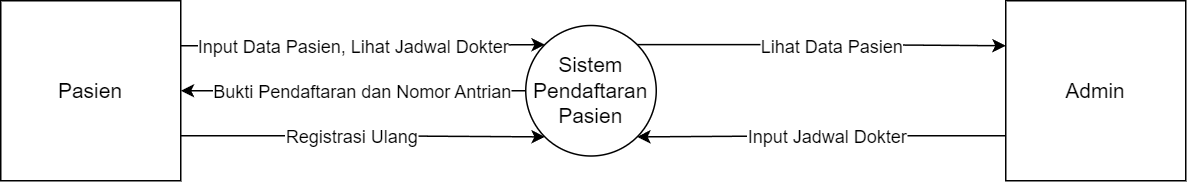
Above: Flowchart KlinikGo-DFD.drawio.png in riotryulianto/PBI-system-analyst (draw.io), before the change. Source tidied: cells renumbered, new cells last; positions are measured from the earlier drawing's top-left corner, leaving out a move shared by most shapes. Source of this version:
```xml
<mxGraphModel>
  <root>
    <mxCell id="0" />
    <mxCell id="1" parent="0" />
    <mxCell id="2" style="edgeStyle=orthogonalEdgeStyle;rounded=0;jettySize=auto;html=1;exitX=0;exitY=0.5;exitDx=0;exitDy=0;entryX=1;entryY=0.5;entryDx=0;entryDy=0;" parent="1" edge="1" source="6" target="14">
      <mxGeometry relative="1" as="geometry">
        <Array as="points">
          <mxPoint x="140" y="60" />
          <mxPoint x="140" y="60" />
        </Array>
      </mxGeometry>
    </mxCell>
    <mxCell id="3" value="Bukti Pendaftaran dan Nomor Antrian" style="edgeLabel;html=1;align=center;verticalAlign=middle;fontSize=12;" parent="2" vertex="1">
      <mxGeometry x="0.06" y="-1" relative="1" as="geometry">
        <mxPoint x="12" y="1" as="offset" />
      </mxGeometry>
    </mxCell>
    <mxCell id="4" style="edgeStyle=orthogonalEdgeStyle;rounded=0;jettySize=auto;html=1;exitX=1;exitY=0;exitDx=0;exitDy=0;entryX=0;entryY=0.25;entryDx=0;entryDy=0;" parent="1" edge="1" source="6" target="9">
      <mxGeometry relative="1" as="geometry" />
    </mxCell>
    <mxCell id="5" value="Lihat Data Pasien" style="edgeLabel;html=1;align=center;verticalAlign=middle;fontSize=12;" parent="4" vertex="1">
      <mxGeometry x="-0.12" y="-2" relative="1" as="geometry">
        <mxPoint x="20" y="-1" as="offset" />
      </mxGeometry>
    </mxCell>
    <mxCell id="6" value="Sistem Pendaftaran Pasien" style="ellipse;whiteSpace=wrap;html=1;fontSize=14;" parent="1" vertex="1">
      <mxGeometry x="350" y="16.5" width="87" height="87" as="geometry" />
    </mxCell>
    <mxCell id="7" style="edgeStyle=orthogonalEdgeStyle;rounded=0;jettySize=auto;html=1;exitX=0;exitY=0.75;exitDx=0;exitDy=0;entryX=1;entryY=1;entryDx=0;entryDy=0;" parent="1" edge="1" source="9" target="6">
      <mxGeometry relative="1" as="geometry">
        <Array as="points">
          <mxPoint x="550" y="90" />
          <mxPoint x="550" y="90" />
        </Array>
      </mxGeometry>
    </mxCell>
    <mxCell id="8" value="Input Jadwal Dokter" style="edgeLabel;html=1;align=center;verticalAlign=middle;fontSize=12;" parent="7" vertex="1">
      <mxGeometry x="-0.16" y="1" relative="1" as="geometry">
        <mxPoint x="-17" y="-1" as="offset" />
      </mxGeometry>
    </mxCell>
    <mxCell id="9" value="Admin" style="whiteSpace=wrap;html=1;fontSize=14;" parent="1" vertex="1">
      <mxGeometry x="670" width="120" height="120" as="geometry" />
    </mxCell>
    <mxCell id="10" style="edgeStyle=orthogonalEdgeStyle;rounded=0;jettySize=auto;html=1;exitX=1;exitY=0.25;exitDx=0;exitDy=0;entryX=0;entryY=0;entryDx=0;entryDy=0;" parent="1" edge="1" source="14" target="6">
      <mxGeometry relative="1" as="geometry" />
    </mxCell>
    <mxCell id="11" value="Input Data Pasien, Lihat Jadwal Dokter" style="edgeLabel;html=1;align=center;verticalAlign=middle;fontSize=12;" parent="10" vertex="1">
      <mxGeometry x="-0.14" y="-3" relative="1" as="geometry">
        <mxPoint x="9" y="-3" as="offset" />
      </mxGeometry>
    </mxCell>
    <mxCell id="12" style="edgeStyle=orthogonalEdgeStyle;rounded=0;jettySize=auto;html=1;exitX=1;exitY=0.75;exitDx=0;exitDy=0;entryX=0;entryY=1;entryDx=0;entryDy=0;" parent="1" edge="1" source="14" target="6">
      <mxGeometry relative="1" as="geometry" />
    </mxCell>
    <mxCell id="13" value="Registrasi Ulang" style="edgeLabel;html=1;align=center;verticalAlign=middle;fontSize=12;" parent="12" vertex="1">
      <mxGeometry x="-0.16" y="-3" relative="1" as="geometry">
        <mxPoint x="11" y="-3" as="offset" />
      </mxGeometry>
    </mxCell>
    <mxCell id="14" value="Pasien" style="whiteSpace=wrap;html=1;fontSize=14;dashed=0;" parent="1" vertex="1">
      <mxGeometry width="120" height="120" as="geometry" />
    </mxCell>
  </root>
</mxGraphModel>
```
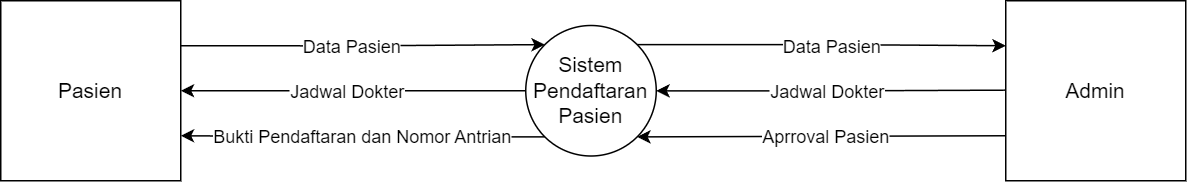
The same file after the commit.

Diff of the diagram source:
```diff
@@ -2,23 +2,18 @@
   <root>
     <mxCell id="0" />
     <mxCell id="1" parent="0" />
-    <mxCell id="2" style="edgeStyle=orthogonalEdgeStyle;rounded=0;jettySize=auto;html=1;exitX=0;exitY=0.5;exitDx=0;exitDy=0;entryX=1;entryY=0.5;entryDx=0;entryDy=0;" parent="1" edge="1" source="6" target="14">
-      <mxGeometry relative="1" as="geometry">
-        <Array as="points">
-          <mxPoint x="140" y="60" />
-          <mxPoint x="140" y="60" />
-        </Array>
-      </mxGeometry>
+    <mxCell id="2" style="edgeStyle=orthogonalEdgeStyle;rounded=0;jettySize=auto;html=1;exitX=0;exitY=1;exitDx=0;exitDy=0;entryX=1;entryY=0.75;entryDx=0;entryDy=0;" parent="1" edge="1" source="6" target="14">
+      <mxGeometry relative="1" as="geometry" />
     </mxCell>
     <mxCell id="3" value="Bukti Pendaftaran dan Nomor Antrian" style="edgeLabel;html=1;align=center;verticalAlign=middle;fontSize=12;" parent="2" vertex="1">
       <mxGeometry x="0.06" y="-1" relative="1" as="geometry">
-        <mxPoint x="12" y="1" as="offset" />
+        <mxPoint x="6" y="1" as="offset" />
       </mxGeometry>
     </mxCell>
     <mxCell id="4" style="edgeStyle=orthogonalEdgeStyle;rounded=0;jettySize=auto;html=1;exitX=1;exitY=0;exitDx=0;exitDy=0;entryX=0;entryY=0.25;entryDx=0;entryDy=0;" parent="1" edge="1" source="6" target="9">
       <mxGeometry relative="1" as="geometry" />
     </mxCell>
-    <mxCell id="5" value="Lihat Data Pasien" style="edgeLabel;html=1;align=center;verticalAlign=middle;fontSize=12;" parent="4" vertex="1">
+    <mxCell id="5" value="Data Pasien" style="edgeLabel;html=1;align=center;verticalAlign=middle;fontSize=12;" parent="4" vertex="1">
       <mxGeometry x="-0.12" y="-2" relative="1" as="geometry">
         <mxPoint x="20" y="-1" as="offset" />
       </mxGeometry>
@@ -26,17 +21,14 @@
     <mxCell id="6" value="Sistem Pendaftaran Pasien" style="ellipse;whiteSpace=wrap;html=1;fontSize=14;" parent="1" vertex="1">
       <mxGeometry x="350" y="16.5" width="87" height="87" as="geometry" />
     </mxCell>
-    <mxCell id="7" style="edgeStyle=orthogonalEdgeStyle;rounded=0;jettySize=auto;html=1;exitX=0;exitY=0.75;exitDx=0;exitDy=0;entryX=1;entryY=1;entryDx=0;entryDy=0;" parent="1" edge="1" source="9" target="6">
+    <mxCell id="7" style="edgeStyle=orthogonalEdgeStyle;rounded=0;jettySize=auto;html=1;exitX=0;exitY=0.75;exitDx=0;exitDy=0;" parent="1" edge="1" target="6">
       <mxGeometry relative="1" as="geometry">
-        <Array as="points">
-          <mxPoint x="550" y="90" />
-          <mxPoint x="550" y="90" />
-        </Array>
+        <mxPoint x="670" y="59.6" as="sourcePoint" />
       </mxGeometry>
     </mxCell>
-    <mxCell id="8" value="Input Jadwal Dokter" style="edgeLabel;html=1;align=center;verticalAlign=middle;fontSize=12;" parent="7" vertex="1">
+    <mxCell id="8" value="Jadwal Dokter" style="edgeLabel;html=1;align=center;verticalAlign=middle;fontSize=12;" parent="7" vertex="1">
       <mxGeometry x="-0.16" y="1" relative="1" as="geometry">
-        <mxPoint x="-17" y="-1" as="offset" />
+        <mxPoint x="-22" y="-1" as="offset" />
       </mxGeometry>
     </mxCell>
     <mxCell id="9" value="Admin" style="whiteSpace=wrap;html=1;fontSize=14;" parent="1" vertex="1">
@@ -45,21 +37,29 @@
     <mxCell id="10" style="edgeStyle=orthogonalEdgeStyle;rounded=0;jettySize=auto;html=1;exitX=1;exitY=0.25;exitDx=0;exitDy=0;entryX=0;entryY=0;entryDx=0;entryDy=0;" parent="1" edge="1" source="14" target="6">
       <mxGeometry relative="1" as="geometry" />
     </mxCell>
-    <mxCell id="11" value="Input Data Pasien, Lihat Jadwal Dokter" style="edgeLabel;html=1;align=center;verticalAlign=middle;fontSize=12;" parent="10" vertex="1">
+    <mxCell id="11" value="Data Pasien" style="edgeLabel;html=1;align=center;verticalAlign=middle;fontSize=12;" parent="10" vertex="1">
       <mxGeometry x="-0.14" y="-3" relative="1" as="geometry">
         <mxPoint x="9" y="-3" as="offset" />
       </mxGeometry>
     </mxCell>
-    <mxCell id="12" style="edgeStyle=orthogonalEdgeStyle;rounded=0;jettySize=auto;html=1;exitX=1;exitY=0.75;exitDx=0;exitDy=0;entryX=0;entryY=1;entryDx=0;entryDy=0;" parent="1" edge="1" source="14" target="6">
-      <mxGeometry relative="1" as="geometry" />
-    </mxCell>
-    <mxCell id="13" value="Registrasi Ulang" style="edgeLabel;html=1;align=center;verticalAlign=middle;fontSize=12;" parent="12" vertex="1">
-      <mxGeometry x="-0.16" y="-3" relative="1" as="geometry">
-        <mxPoint x="11" y="-3" as="offset" />
-      </mxGeometry>
-    </mxCell>
     <mxCell id="14" value="Pasien" style="whiteSpace=wrap;html=1;fontSize=14;dashed=0;" parent="1" vertex="1">
       <mxGeometry width="120" height="120" as="geometry" />
     </mxCell>
+    <mxCell id="15" style="endArrow=classic;html=1;rounded=0;exitX=0;exitY=0.75;exitDx=0;exitDy=0;entryX=1;entryY=1;entryDx=0;entryDy=0;" parent="1" edge="1" source="9" target="6">
+      <mxGeometry relative="1" as="geometry" />
+    </mxCell>
+    <mxCell id="16" value="Aprroval Pasien" style="edgeLabel;html=1;align=center;verticalAlign=middle;fontSize=12;" parent="15" vertex="1">
+      <mxGeometry x="0.13" y="1" relative="1" as="geometry">
+        <mxPoint x="18" y="-1" as="offset" />
+      </mxGeometry>
+    </mxCell>
+    <mxCell id="17" style="endArrow=classic;html=1;rounded=0;entryX=1;entryY=0.5;entryDx=0;entryDy=0;exitX=0;exitY=0.5;exitDx=0;exitDy=0;" parent="1" edge="1" source="6" target="14">
+      <mxGeometry relative="1" as="geometry" />
+    </mxCell>
+    <mxCell id="18" value="Jadwal Dokter" style="edgeLabel;html=1;align=center;verticalAlign=middle;fontSize=12;" parent="17" vertex="1">
+      <mxGeometry x="-0.16" y="-2" relative="1" as="geometry">
+        <mxPoint x="-23" y="2" as="offset" />
+      </mxGeometry>
+    </mxCell>
   </root>
 </mxGraphModel>
```
